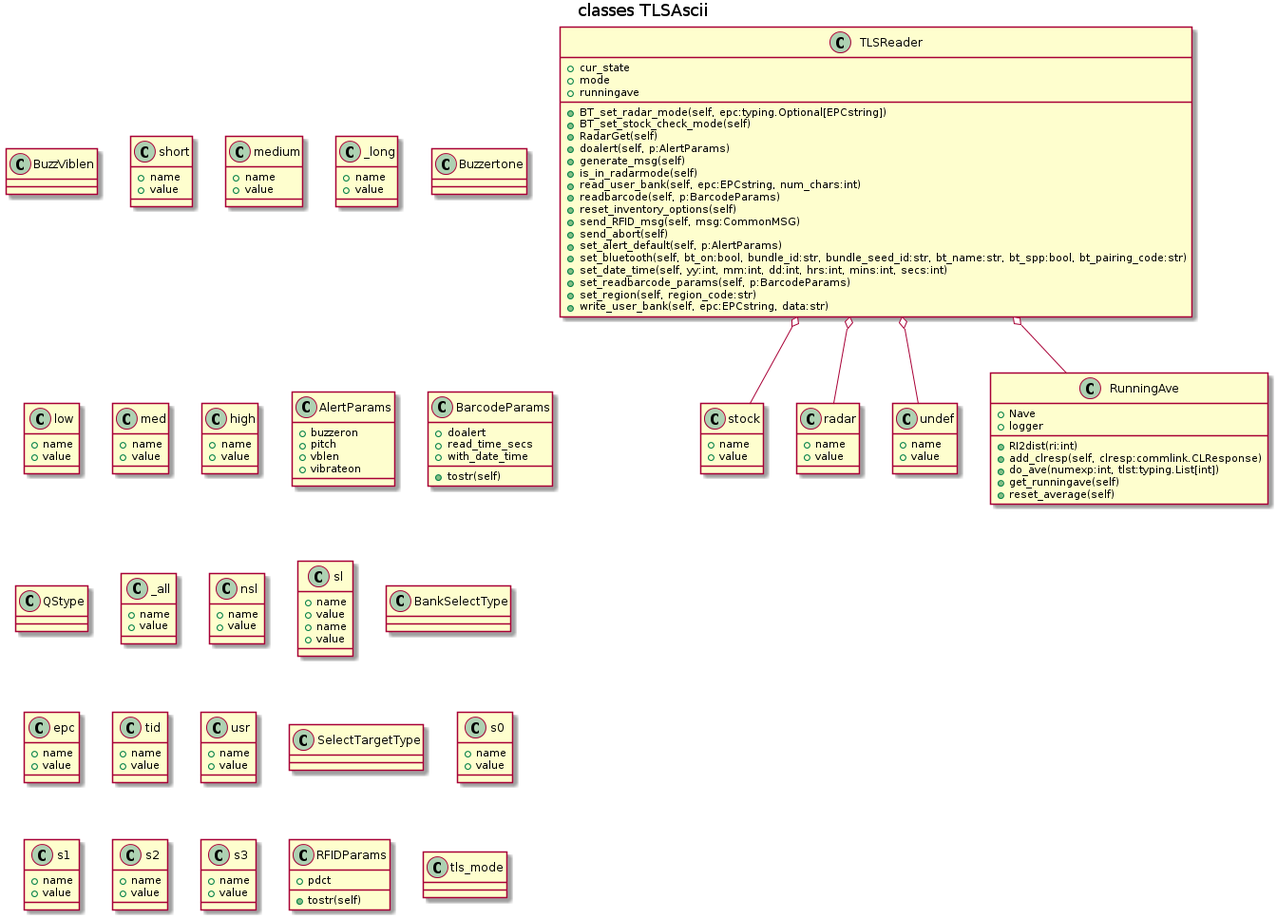
Above: stocky-devel/stocky/docs/source/uml_images/classes_TLSAscii_classes.png in cfe-lab/stocky (PlantUML), before the change. The source it was exported from:
```plantuml
@startuml
title classes TLSAscii
class BuzzViblen
class short {
    +name
    +value
}
class medium {
    +name
    +value
}
class _long {
    +name
    +value
}
class Buzzertone
class low {
    +name
    +value
}
class med {
    +name
    +value
}
class high {
    +name
    +value
}
class AlertParams {
    +buzzeron
    +pitch
    +vblen
    +vibrateon
}
class BarcodeParams {
    +doalert
    +read_time_secs
    +with_date_time
    +tostr(self)
}
class QStype
class _all {
    +name
    +value
}
class nsl {
    +name
    +value
}
class sl {
    +name
    +value
}
class BankSelectType
class epc {
    +name
    +value
}
class tid {
    +name
    +value
}
class usr {
    +name
    +value
}
class SelectTargetType
class s0 {
    +name
    +value
}
class s1 {
    +name
    +value
}
class s2 {
    +name
    +value
}
class s3 {
    +name
    +value
}
class sl {
    +name
    +value
}
class RFIDParams {
    +pdct
    +tostr(self)
}
class tls_mode
class stock {
    +name
    +value
}
class radar {
    +name
    +value
}
class undef {
    +name
    +value
}
class RunningAve {
    +Nave
    +logger
    +RI2dist(ri:int)
    +add_clresp(self, clresp:commlink.CLResponse)
    +do_ave(numexp:int, tlst:typing.List[int])
    +get_runningave(self)
    +reset_average(self)
}
class TLSReader {
    +cur_state
    +mode
    +runningave
    +BT_set_radar_mode(self, epc:typing.Optional[EPCstring])
    +BT_set_stock_check_mode(self)
    +RadarGet(self)
    +doalert(self, p:AlertParams)
    +generate_msg(self)
    +is_in_radarmode(self)
    +read_user_bank(self, epc:EPCstring, num_chars:int)
    +readbarcode(self, p:BarcodeParams)
    +reset_inventory_options(self)
    +send_RFID_msg(self, msg:CommonMSG)
    +send_abort(self)
    +set_alert_default(self, p:AlertParams)
    +set_bluetooth(self, bt_on:bool, bundle_id:str, bundle_seed_id:str, bt_name:str, bt_spp:bool, bt_pairing_code:str)
    +set_date_time(self, yy:int, mm:int, dd:int, hrs:int, mins:int, secs:int)
    +set_readbarcode_params(self, p:BarcodeParams)
    +set_region(self, region_code:str)
    +write_user_bank(self, epc:EPCstring, data:str)
}

TLSReader o-- undef
TLSReader o-- radar
TLSReader o-- stock
TLSReader o-- RunningAve

@enduml
```
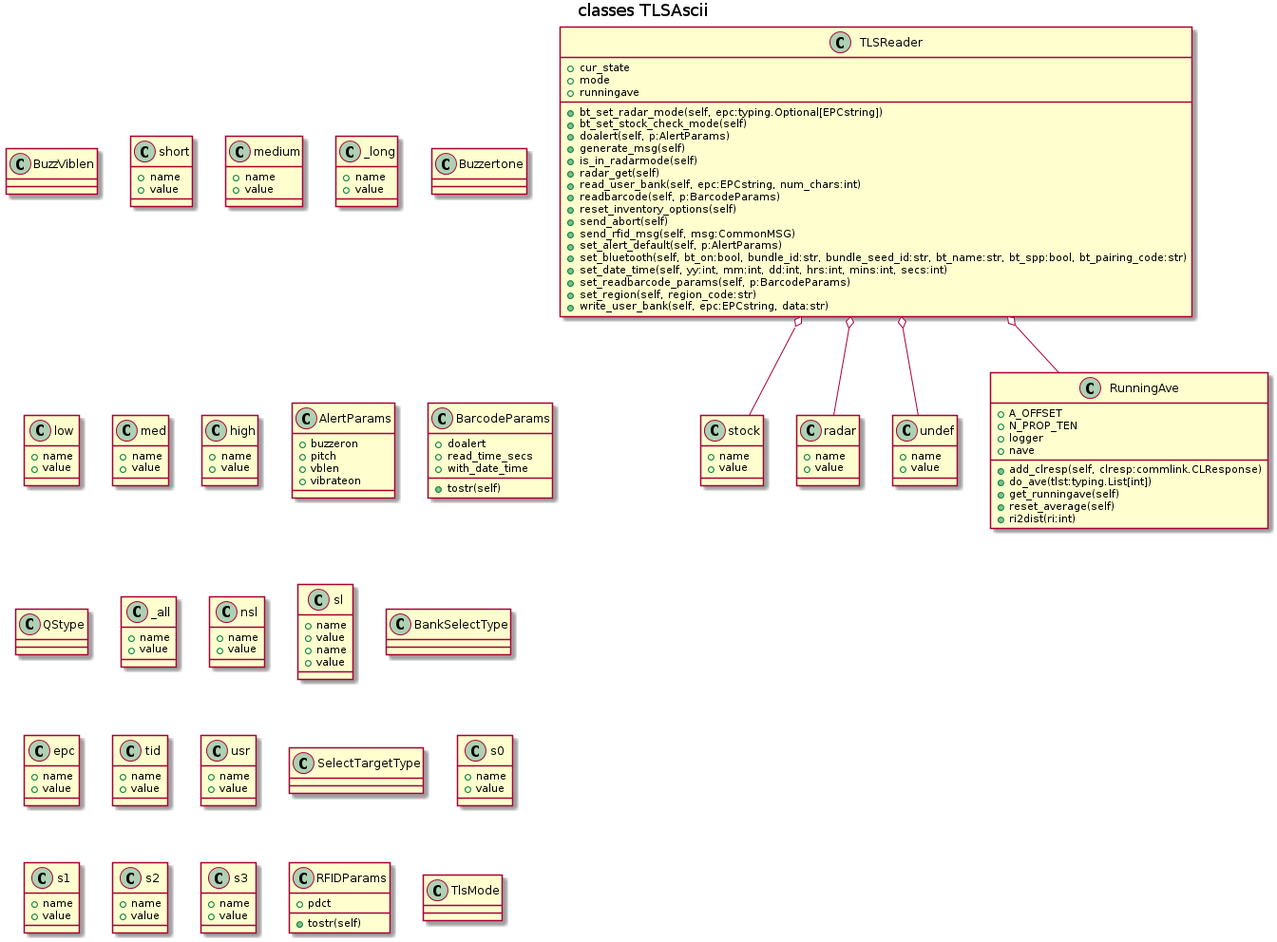
After the commit.

Diff of the diagram source:
```diff
@@ -89,7 +89,7 @@
     +pdct
     +tostr(self)
 }
-class tls_mode
+class TlsMode
 class stock {
     +name
     +value
@@ -103,29 +103,31 @@
     +value
 }
 class RunningAve {
-    +Nave
+    +A_OFFSET
+    +N_PROP_TEN
     +logger
-    +RI2dist(ri:int)
+    +nave
     +add_clresp(self, clresp:commlink.CLResponse)
-    +do_ave(numexp:int, tlst:typing.List[int])
+    +do_ave(tlst:typing.List[int])
     +get_runningave(self)
     +reset_average(self)
+    +ri2dist(ri:int)
 }
 class TLSReader {
     +cur_state
     +mode
     +runningave
-    +BT_set_radar_mode(self, epc:typing.Optional[EPCstring])
-    +BT_set_stock_check_mode(self)
-    +RadarGet(self)
+    +bt_set_radar_mode(self, epc:typing.Optional[EPCstring])
+    +bt_set_stock_check_mode(self)
     +doalert(self, p:AlertParams)
     +generate_msg(self)
     +is_in_radarmode(self)
+    +radar_get(self)
     +read_user_bank(self, epc:EPCstring, num_chars:int)
     +readbarcode(self, p:BarcodeParams)
     +reset_inventory_options(self)
-    +send_RFID_msg(self, msg:CommonMSG)
     +send_abort(self)
+    +send_rfid_msg(self, msg:CommonMSG)
     +set_alert_default(self, p:AlertParams)
     +set_bluetooth(self, bt_on:bool, bundle_id:str, bundle_seed_id:str, bt_name:str, bt_spp:bool, bt_pairing_code:str)
     +set_date_time(self, yy:int, mm:int, dd:int, hrs:int, mins:int, secs:int)
@@ -134,8 +136,8 @@
     +write_user_bank(self, epc:EPCstring, data:str)
 }
 
+TLSReader o-- radar
 TLSReader o-- undef
-TLSReader o-- radar
 TLSReader o-- stock
 TLSReader o-- RunningAve
 
```
